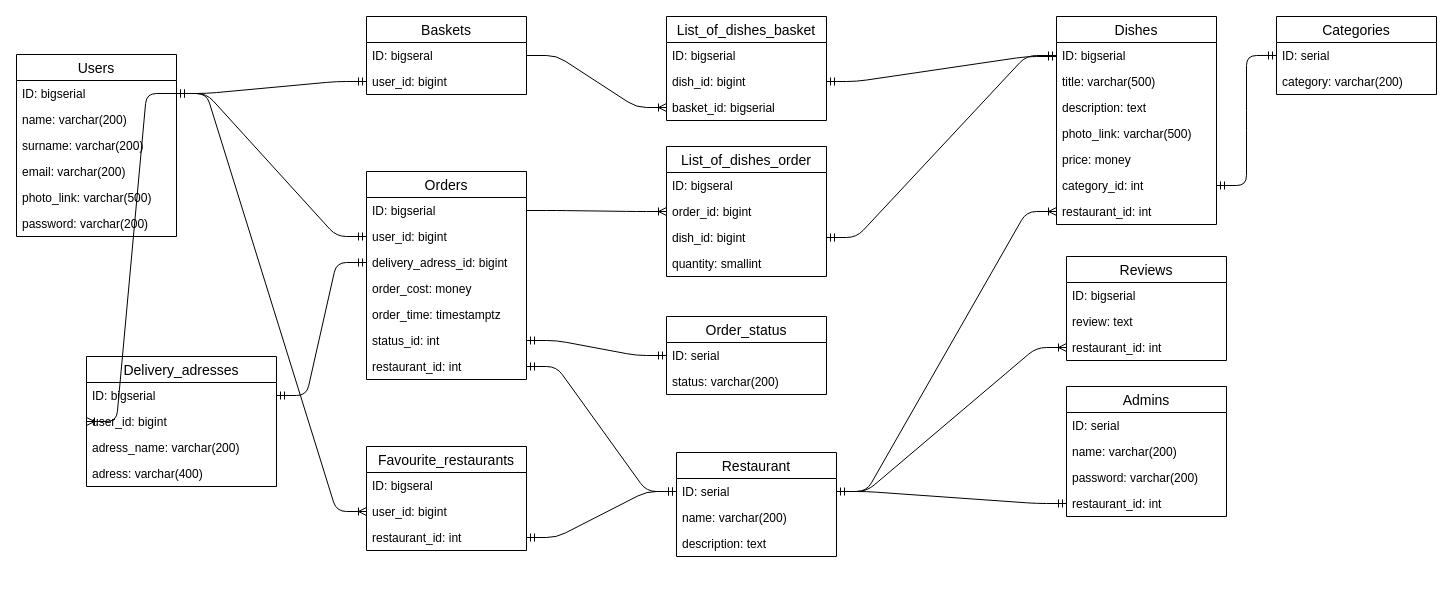
Above: delivery_food.drawio in Katala121/delivery_food (draw.io), before the change. Source tidied: cells renumbered, new cells numbered last; positions are measured from the earlier drawing's top-left corner, leaving out a move shared by most shapes. Both pictures are drawn from the tidied source at 100%, with x=0, y=0 at pixel (16, 16).
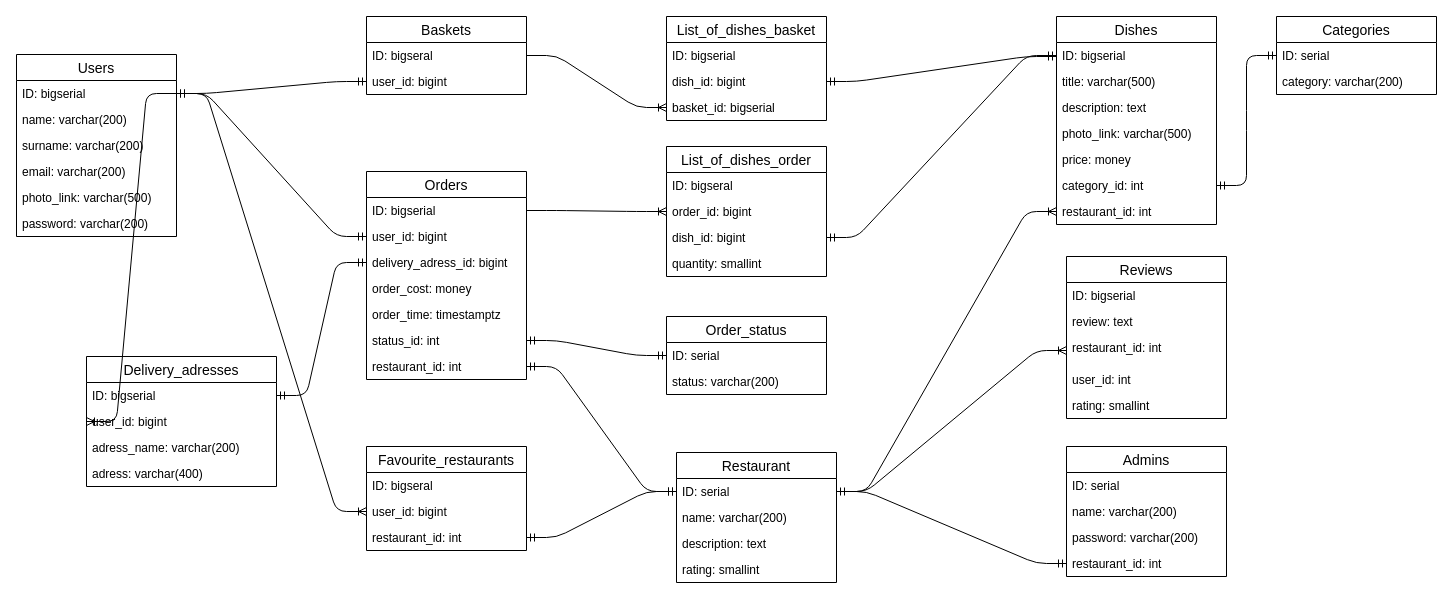
Above is the later version.

Change to the diagram source:
```diff
@@
     <mxCell id="43" value="Restaurant" style="swimlane;fontStyle=0;horizontal=1;startSize=26;align=center;fontSize=14;" parent="1" vertex="1">
-      <mxGeometry x="660" y="436" width="160" height="104" as="geometry" />
+      <mxGeometry x="660" y="436" width="160" height="130" as="geometry" />
     </mxCell>
@@
+    <mxCell id="81" value="rating: smallint" style="text;strokeColor=none;fillColor=none;spacingLeft=4;spacingRight=4;overflow=hidden;fontSize=12;" parent="43" vertex="1">
+      <mxGeometry y="104" width="160" height="26" as="geometry" />
+    </mxCell>
     <mxCell id="47" value="Reviews" style="swimlane;fontStyle=0;horizontal=1;startSize=26;align=center;fontSize=14;" parent="1" vertex="1">
-      <mxGeometry x="1050" y="240" width="160" height="104" as="geometry" />
+      <mxGeometry x="1050" y="240" width="160" height="162" as="geometry" />
     </mxCell>
@@
     <mxCell id="50" value="restaurant_id: int" style="text;strokeColor=none;fillColor=none;spacingLeft=4;spacingRight=4;overflow=hidden;points=[[0,0.5],[1,0.5]];portConstraint=eastwest;fontSize=12;" parent="47" vertex="1">
-      <mxGeometry y="78" width="160" height="26" as="geometry" />
+      <mxGeometry y="78" width="160" height="32" as="geometry" />
     </mxCell>
+    <mxCell id="82" value="user_id: int" style="text;strokeColor=none;fillColor=none;spacingLeft=4;spacingRight=4;overflow=hidden;fontSize=12;" parent="47" vertex="1">
+      <mxGeometry y="110" width="160" height="26" as="geometry" />
+    </mxCell>
+    <mxCell id="83" value="rating: smallint" style="text;strokeColor=none;fillColor=none;spacingLeft=4;spacingRight=4;overflow=hidden;fontSize=12;" parent="47" vertex="1">
+      <mxGeometry y="136" width="160" height="26" as="geometry" />
+    </mxCell>
     <mxCell id="51" value="Admins" style="swimlane;fontStyle=0;horizontal=1;startSize=26;align=center;fontSize=14;" parent="1" vertex="1">
-      <mxGeometry x="1050" y="370" width="160" height="130" as="geometry" />
+      <mxGeometry x="1050" y="430" width="160" height="130" as="geometry" />
     </mxCell>
```
